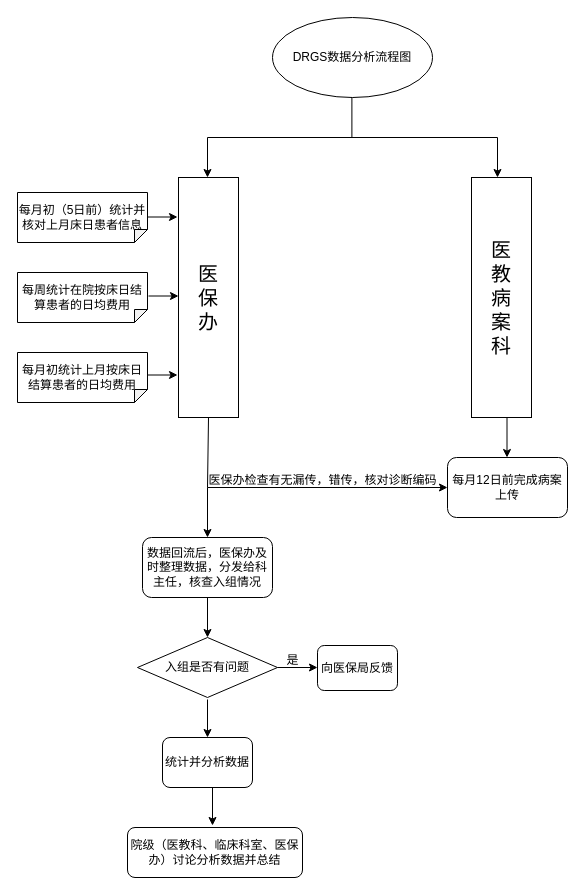
Before: DRGS数据分析流程图.drawio in dayflex/ant-learn-pandas, a draw.io diagram. Source tidied: cells renumbered, new cells numbered last; positions are measured from the earlier drawing's top-left corner, leaving out a move shared by most shapes. Both pictures are drawn from the tidied source at 100%, with x=0, y=0 at pixel (17, 17).
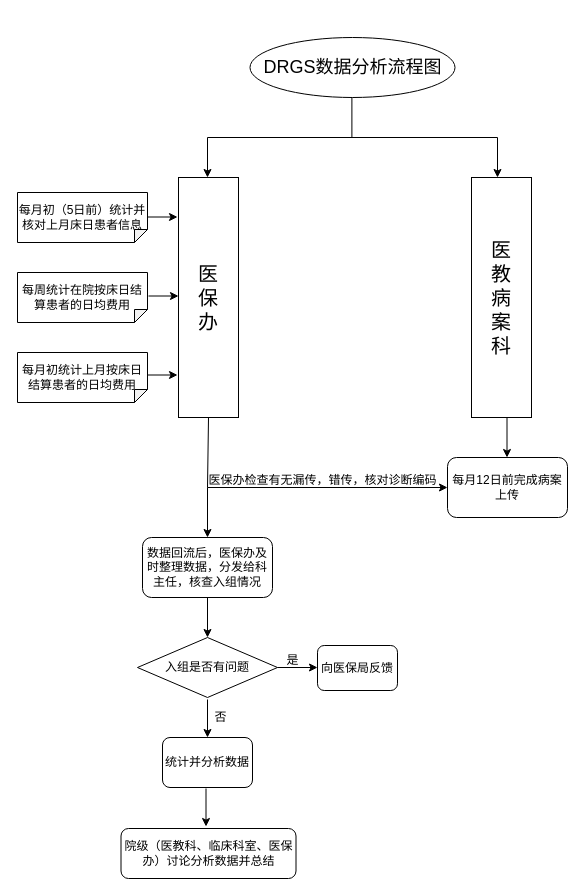
Above is the later version.

Commit message (it also covers changes not shown here):
更新DRGS数据分析流程图.drawio

The edit, as a diff of the source:
```diff
@@
-    <mxCell id="2" value="DRGS数据分析流程图&lt;br&gt;" style="ellipse;whiteSpace=wrap;html=1;" parent="1" vertex="1">
-      <mxGeometry x="255" width="160" height="80" as="geometry" />
+    <mxCell id="2" value="&lt;font style=&quot;font-size: 18px;&quot;&gt;DRGS数据分析流程图&lt;/font&gt;" style="ellipse;whiteSpace=wrap;html=1;" parent="1" vertex="1">
+      <mxGeometry x="232.5" y="20" width="205" height="60" as="geometry" />
     </mxCell>
@@
     <mxCell id="30" value="院级（医教科、临床科室、医保办）讨论分析数据并总结" style="rounded=1;whiteSpace=wrap;html=1;" parent="1" vertex="1">
-      <mxGeometry x="110" y="810" width="175" height="50" as="geometry" />
+      <mxGeometry x="103.5" y="811" width="175" height="50" as="geometry" />
     </mxCell>
     <mxCell id="31" style="endArrow=classic;html=1;rounded=0;" parent="1" edge="1">
       <mxGeometry relative="1" as="geometry">
-        <mxPoint x="195" y="770" as="sourcePoint" />
-        <mxPoint x="195" y="808" as="targetPoint" />
+        <mxPoint x="188.5" y="771" as="sourcePoint" />
+        <mxPoint x="188.5" y="809" as="targetPoint" />
       </mxGeometry>
     </mxCell>
+    <mxCell id="32" value="否" style="text;html=1;align=center;verticalAlign=middle;strokeColor=none;fillColor=none;" parent="1" vertex="1">
+      <mxGeometry x="183" y="685" width="40" height="30" as="geometry" />
+    </mxCell>
```
